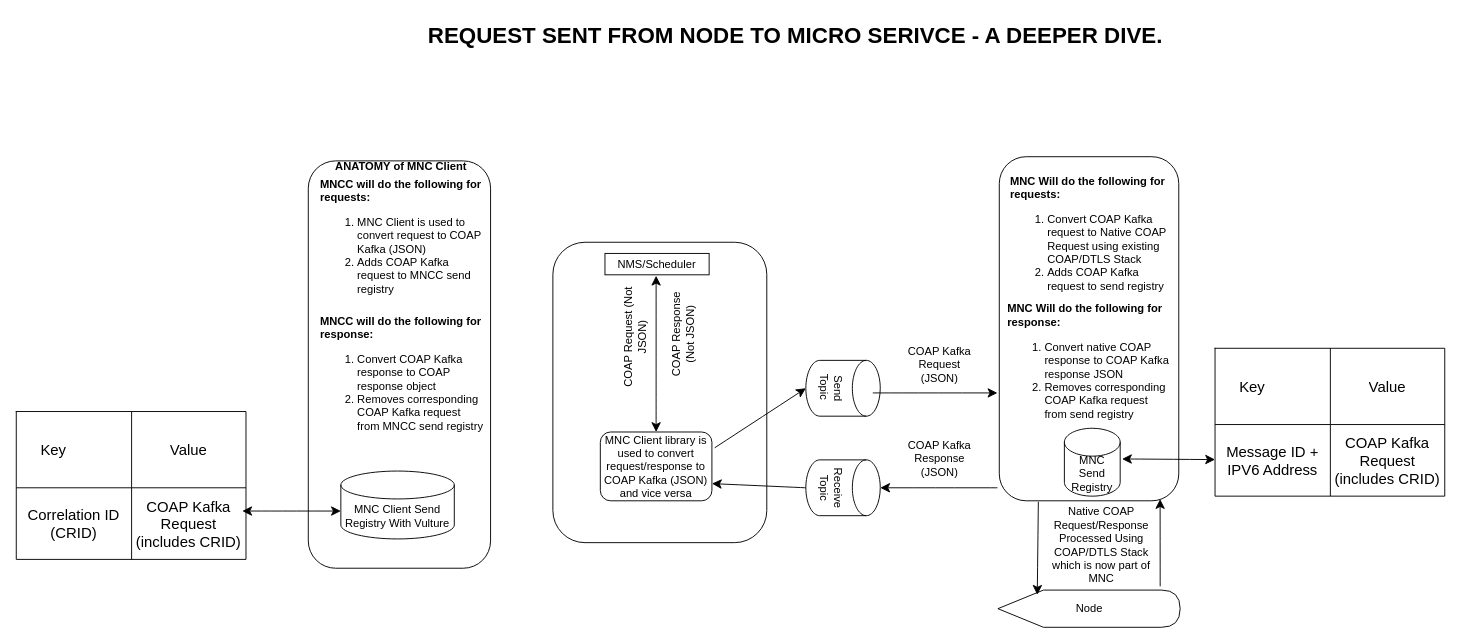
anshuldevmehta/RandomDiagrams keeps this draw.io diagram as Node_to_MNC.drawio. Above is the earlier version. Source tidied: cells renumbered, new cells numbered last; positions are measured from the earlier drawing's top-left corner, leaving out a move shared by most shapes. Both pictures are drawn from the tidied source at 93%, with x=0, y=0 at pixel (16, 16).
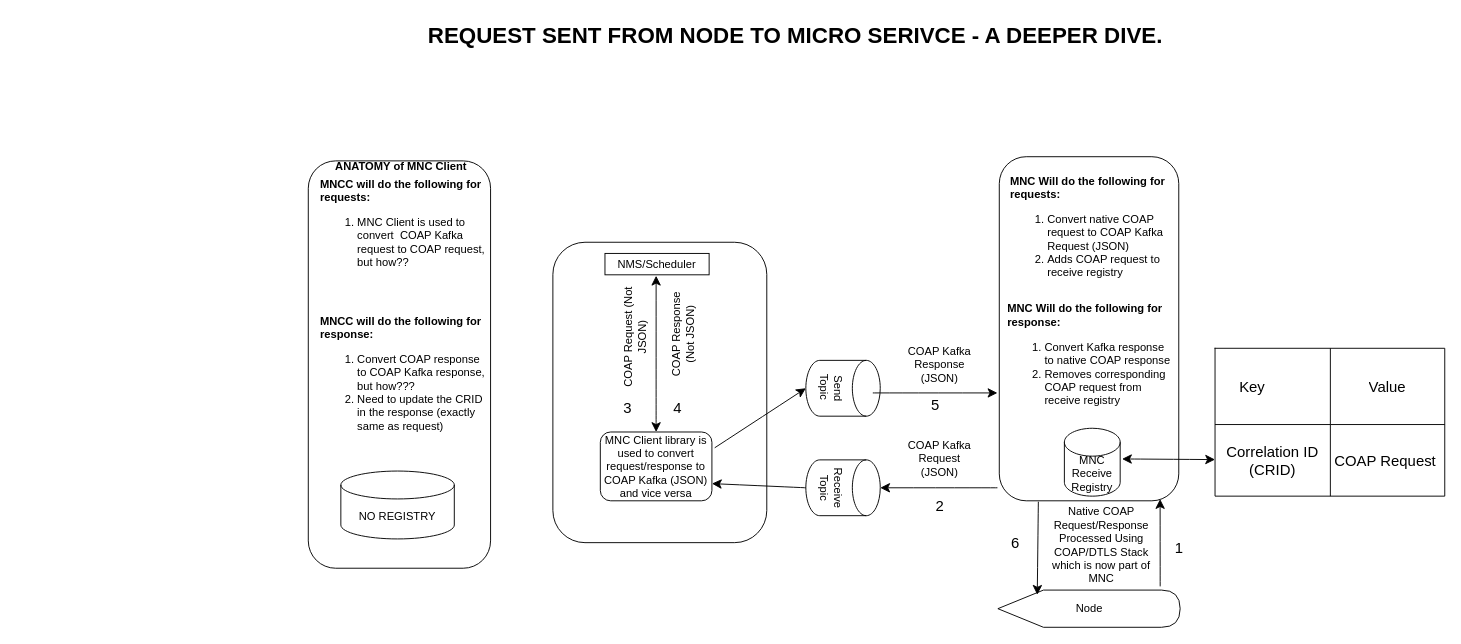
The same page after the edit.

The change refers to these unchanged cells:
```xml
<mxCell id="24" style="shape=tableRow;horizontal=0;startSize=0;swimlaneHead=0;swimlaneBody=0;strokeColor=inherit;top=0;left=0;bottom=0;right=0;fillColor=none;points=[[0,0.5],[1,0.5]];portConstraint=eastwest;fontSize=16;" parent="20" vertex="1">
  <mxGeometry y="82" width="247" height="77" as="geometry" />
</mxCell>
```

What changed in the source:
```diff
@@
-    <mxCell id="15" value="COAP Kafka Request (JSON)" style="text;html=1;align=center;verticalAlign=middle;whiteSpace=wrap;rounded=0;" parent="1" vertex="1">
+    <mxCell id="15" value="COAP Kafka Response (JSON)" style="text;html=1;align=center;verticalAlign=middle;whiteSpace=wrap;rounded=0;" parent="1" vertex="1">
       <mxGeometry x="953" y="354" width="80" height="41" as="geometry" />
     </mxCell>
-    <mxCell id="16" value="COAP Kafka Response (JSON)" style="text;html=1;align=center;verticalAlign=middle;whiteSpace=wrap;rounded=0;rotation=0;" parent="1" vertex="1">
+    <mxCell id="16" value="COAP Kafka Request (JSON)" style="text;html=1;align=center;verticalAlign=middle;whiteSpace=wrap;rounded=0;rotation=0;" parent="1" vertex="1">
       <mxGeometry x="952" y="447" width="82" height="57" as="geometry" />
     </mxCell>
@@
-    <mxCell id="18" value="&lt;div&gt;&lt;b&gt;MNC Will do the following for requests:&lt;/b&gt;&lt;/div&gt;&lt;ol&gt;&lt;li&gt;Convert COAP Kafka request to Native COAP Request using existing COAP/DTLS Stack&lt;/li&gt;&lt;li&gt;Adds COAP Kafka request to send registry&lt;/li&gt;&lt;/ol&gt;" style="text;html=1;whiteSpace=wrap;overflow=hidden;rounded=0;" parent="1" vertex="1">
+    <mxCell id="18" value="&lt;div&gt;&lt;b&gt;MNC Will do the following for requests:&lt;/b&gt;&lt;/div&gt;&lt;ol&gt;&lt;li&gt;Convert native COAP&amp;nbsp; request to COAP Kafka Request (JSON)&lt;/li&gt;&lt;li&gt;Adds COAP request to receive registry&lt;/li&gt;&lt;/ol&gt;" style="text;html=1;whiteSpace=wrap;overflow=hidden;rounded=0;" parent="1" vertex="1">
       <mxGeometry x="1067" y="164" width="180" height="137" as="geometry" />
     </mxCell>
-    <mxCell id="19" value="MNC Send Registry" style="shape=cylinder3;whiteSpace=wrap;html=1;boundedLbl=1;backgroundOutline=1;size=15;" parent="1" vertex="1">
+    <mxCell id="19" value="MNC Receive Registry" style="shape=cylinder3;whiteSpace=wrap;html=1;boundedLbl=1;backgroundOutline=1;size=15;" parent="1" vertex="1">
       <mxGeometry x="1127" y="443" width="60" height="73" as="geometry" />
     </mxCell>
@@
-    <mxCell id="25" value="Message ID + IPV6 Address" style="shape=partialRectangle;html=1;whiteSpace=wrap;strokeColor=inherit;overflow=hidden;fillColor=none;top=0;left=0;bottom=0;right=0;fontSize=16;" parent="24" vertex="1">
+    <mxCell id="25" value="Correlation ID (CRID)" style="shape=partialRectangle;html=1;whiteSpace=wrap;strokeColor=inherit;overflow=hidden;fillColor=none;top=0;left=0;bottom=0;right=0;fontSize=16;" parent="24" vertex="1">
       <mxGeometry width="124" height="77" as="geometry" />
     </mxCell>
-    <mxCell id="26" value="COAP Kafka Request (includes CRID)" style="shape=partialRectangle;html=1;whiteSpace=wrap;strokeColor=inherit;overflow=hidden;fillColor=none;top=0;left=0;bottom=0;right=0;fontSize=16;" parent="24" vertex="1">
+    <mxCell id="26" value="COAP Request&amp;nbsp;" style="shape=partialRectangle;html=1;whiteSpace=wrap;strokeColor=inherit;overflow=hidden;fillColor=none;top=0;left=0;bottom=0;right=0;fontSize=16;" parent="24" vertex="1">
       <mxGeometry x="124" width="123" height="77" as="geometry" />
     </mxCell>
@@
-    <mxCell id="28" value="&lt;div&gt;&lt;b&gt;MNC Will do the following for response:&lt;/b&gt;&lt;/div&gt;&lt;ol&gt;&lt;li&gt;Convert native COAP response to COAP Kafka response JSON&lt;/li&gt;&lt;li&gt;Removes corresponding COAP Kafka request from send registry&lt;/li&gt;&lt;/ol&gt;" style="text;html=1;whiteSpace=wrap;overflow=hidden;rounded=0;" parent="1" vertex="1">
+    <mxCell id="28" value="&lt;div&gt;&lt;b&gt;MNC Will do the following for response:&lt;/b&gt;&lt;/div&gt;&lt;ol&gt;&lt;li&gt;Convert Kafka response to native COAP response&lt;/li&gt;&lt;li&gt;Removes corresponding COAP request from receive registry&lt;/li&gt;&lt;/ol&gt;" style="text;html=1;whiteSpace=wrap;overflow=hidden;rounded=0;" parent="1" vertex="1">
       <mxGeometry x="1063.5" y="301" width="180" height="137" as="geometry" />
     </mxCell>
@@
-    <mxCell id="31" value="&lt;div&gt;&lt;b&gt;MNCC will do the following for requests:&lt;/b&gt;&lt;/div&gt;&lt;ol&gt;&lt;li&gt;MNC Client is used to convert request to COAP Kafka (JSON)&lt;/li&gt;&lt;li&gt;Adds COAP Kafka request to MNCC send registry&lt;/li&gt;&lt;/ol&gt;" style="text;html=1;whiteSpace=wrap;overflow=hidden;rounded=0;" parent="1" vertex="1">
-      <mxGeometry x="325" y="167" width="180" height="135" as="geometry" />
+    <mxCell id="31" value="&lt;div&gt;&lt;b&gt;MNCC will do the following for requests:&lt;/b&gt;&lt;/div&gt;&lt;ol&gt;&lt;li&gt;MNC Client is used to convert&amp;nbsp; COAP Kafka request to COAP request, but how??&lt;/li&gt;&lt;/ol&gt;" style="text;html=1;whiteSpace=wrap;overflow=hidden;rounded=0;" parent="1" vertex="1">
+      <mxGeometry x="325" y="167" width="180" height="116" as="geometry" />
     </mxCell>
-    <mxCell id="32" value="&lt;div&gt;&lt;b&gt;MNCC will do the following for response:&lt;/b&gt;&lt;/div&gt;&lt;ol&gt;&lt;li&gt;Convert COAP Kafka response to COAP response object&lt;/li&gt;&lt;li&gt;Removes corresponding COAP Kafka request from MNCC send registry&lt;/li&gt;&lt;/ol&gt;" style="text;html=1;whiteSpace=wrap;overflow=hidden;rounded=0;" parent="1" vertex="1">
+    <mxCell id="32" value="&lt;div&gt;&lt;b&gt;MNCC will do the following for response:&lt;/b&gt;&lt;/div&gt;&lt;ol&gt;&lt;li&gt;Convert COAP response to COAP Kafka response, but how???&amp;nbsp;&lt;/li&gt;&lt;li&gt;Need to update the CRID in the response (exactly same as request)&lt;/li&gt;&lt;/ol&gt;" style="text;html=1;whiteSpace=wrap;overflow=hidden;rounded=0;" parent="1" vertex="1">
       <mxGeometry x="325" y="314" width="180" height="137" as="geometry" />
     </mxCell>
-    <mxCell id="33" value="MNC Client Send Registry With Vulture" style="shape=cylinder3;whiteSpace=wrap;html=1;boundedLbl=1;backgroundOutline=1;size=15;" parent="1" vertex="1">
+    <mxCell id="33" value="NO REGISTRY" style="shape=cylinder3;whiteSpace=wrap;html=1;boundedLbl=1;backgroundOutline=1;size=15;" parent="1" vertex="1">
       <mxGeometry x="349" y="489" width="122" height="73" as="geometry" />
     </mxCell>
-    <mxCell id="34" style="shape=table;startSize=0;childLayout=tableLayout;fontSize=16;" parent="1" vertex="1">
-      <mxGeometry y="425" width="247" height="159" as="geometry" />
-    </mxCell>
-    <mxCell id="35" style="shape=tableRow;horizontal=0;startSize=0;swimlaneHead=0;swimlaneBody=0;strokeColor=inherit;top=0;left=0;bottom=0;right=0;fillColor=none;fontSize=16;" parent="34" vertex="1">
-      <mxGeometry width="247" height="82" as="geometry" />
-    </mxCell>
-    <mxCell id="36" value="Key&lt;span style=&quot;white-space: pre;&quot;&gt;&#9;&lt;span style=&quot;white-space: pre;&quot;&gt;&#9;&lt;/span&gt;&lt;/span&gt;" style="shape=partialRectangle;html=1;whiteSpace=wrap;strokeColor=inherit;overflow=hidden;fillColor=none;top=0;left=0;bottom=0;right=0;fontSize=16;" parent="35" vertex="1">
-      <mxGeometry width="124" height="82" as="geometry" />
-    </mxCell>
-    <mxCell id="37" value="Value" style="shape=partialRectangle;html=1;whiteSpace=wrap;strokeColor=inherit;overflow=hidden;fillColor=none;top=0;left=0;bottom=0;right=0;fontSize=16;" parent="35" vertex="1">
-      <mxGeometry x="124" width="123" height="82" as="geometry" />
-    </mxCell>
-    <mxCell id="38" style="shape=tableRow;horizontal=0;startSize=0;swimlaneHead=0;swimlaneBody=0;strokeColor=inherit;top=0;left=0;bottom=0;right=0;fillColor=none;fontSize=16;" parent="34" vertex="1">
-      <mxGeometry y="82" width="247" height="77" as="geometry" />
-    </mxCell>
-    <mxCell id="39" value="Correlation ID (CRID)" style="shape=partialRectangle;html=1;whiteSpace=wrap;strokeColor=inherit;overflow=hidden;fillColor=none;top=0;left=0;bottom=0;right=0;fontSize=16;" parent="38" vertex="1">
-      <mxGeometry width="124" height="77" as="geometry" />
-    </mxCell>
-    <mxCell id="40" value="COAP Kafka Request (includes CRID)" style="shape=partialRectangle;html=1;whiteSpace=wrap;strokeColor=inherit;overflow=hidden;fillColor=none;top=0;left=0;bottom=0;right=0;fontSize=16;" parent="38" vertex="1">
-      <mxGeometry x="124" width="123" height="77" as="geometry" />
-    </mxCell>
-    <mxCell id="41" style="endArrow=classic;startArrow=classic;html=1;rounded=0;fontSize=12;startSize=8;endSize=8;curved=1;" parent="1" edge="1">
-      <mxGeometry relative="1" as="geometry">
-        <mxPoint x="243" y="532" as="sourcePoint" />
-        <mxPoint x="349" y="532" as="targetPoint" />
-      </mxGeometry>
-    </mxCell>
@@
+    <mxCell id="46" value="1" style="text;strokeColor=none;fillColor=none;html=1;align=center;verticalAlign=middle;whiteSpace=wrap;rounded=0;fontSize=16;" parent="1" vertex="1">
+      <mxGeometry x="1232" y="562" width="37" height="19.5" as="geometry" />
+    </mxCell>
+    <mxCell id="47" value="6" style="text;strokeColor=none;fillColor=none;html=1;align=center;verticalAlign=middle;whiteSpace=wrap;rounded=0;fontSize=16;" parent="1" vertex="1">
+      <mxGeometry x="1055.5" y="556" width="37" height="19.5" as="geometry" />
+    </mxCell>
+    <mxCell id="48" value="5" style="text;strokeColor=none;fillColor=none;html=1;align=center;verticalAlign=middle;whiteSpace=wrap;rounded=0;fontSize=16;" parent="1" vertex="1">
+      <mxGeometry x="970" y="408" width="37" height="19.5" as="geometry" />
+    </mxCell>
+    <mxCell id="49" value="2" style="text;strokeColor=none;fillColor=none;html=1;align=center;verticalAlign=middle;whiteSpace=wrap;rounded=0;fontSize=16;" parent="1" vertex="1">
+      <mxGeometry x="974.5" y="515.8" width="37" height="19.5" as="geometry" />
+    </mxCell>
+    <mxCell id="50" value="3" style="text;strokeColor=none;fillColor=none;html=1;align=center;verticalAlign=middle;whiteSpace=wrap;rounded=0;fontSize=16;" parent="1" vertex="1">
+      <mxGeometry x="639" y="411" width="37" height="19.5" as="geometry" />
+    </mxCell>
+    <mxCell id="51" value="4" style="text;strokeColor=none;fillColor=none;html=1;align=center;verticalAlign=middle;whiteSpace=wrap;rounded=0;fontSize=16;" parent="1" vertex="1">
+      <mxGeometry x="693" y="411" width="37" height="19.5" as="geometry" />
+    </mxCell>
```
